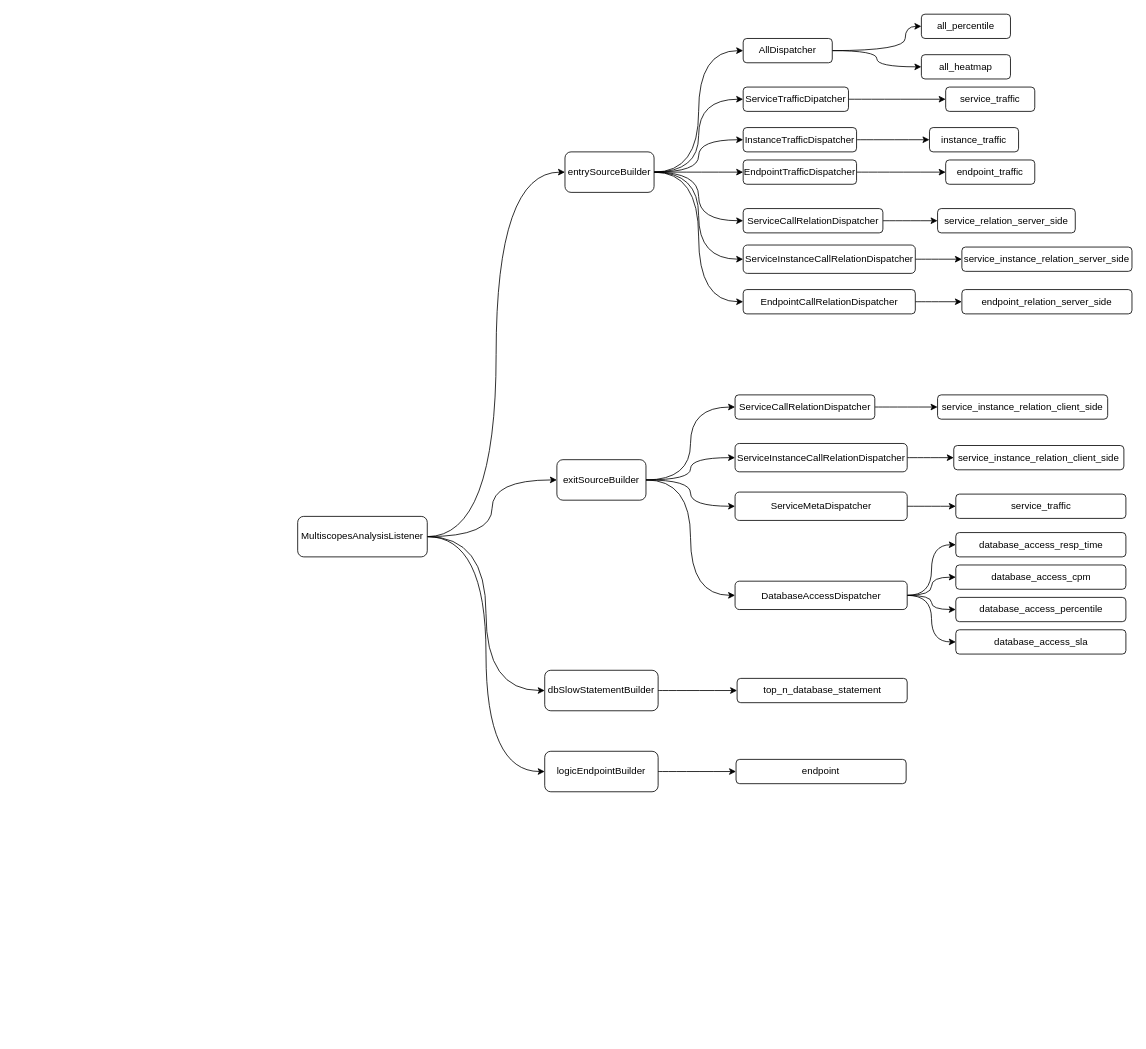
Earlier version of the draw.io diagram Untitled Diagram.drawio (zhufuyin/draw). Source tidied: cells renumbered, new cells numbered last; positions are measured from the earlier drawing's top-left corner, leaving out a move shared by most shapes. Both pictures are drawn from the tidied source at 81%, with x=0, y=0 at pixel (297, 14).
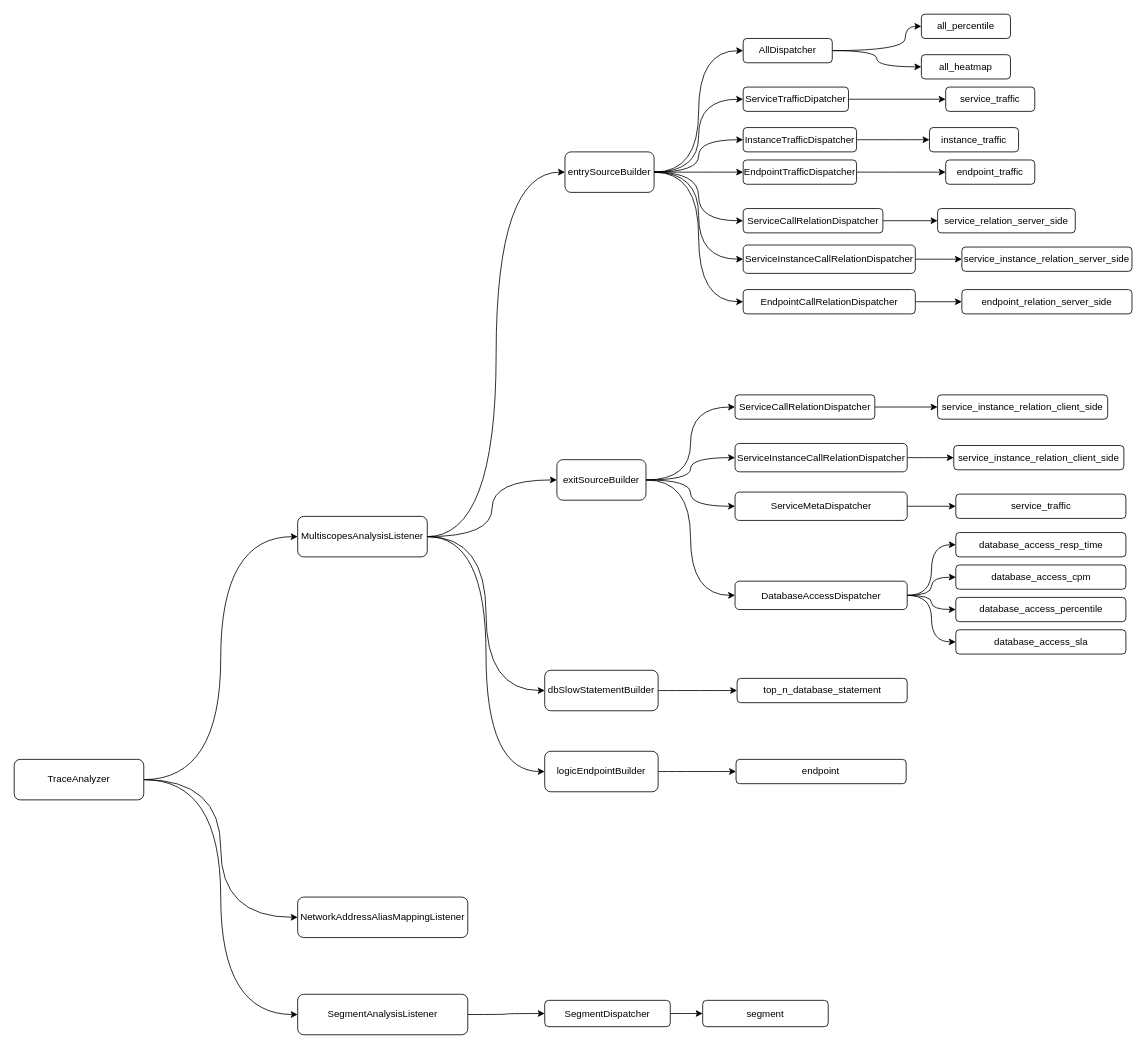
After the change.

Commit message:
trace analyzer

Unchanged cells that the change refers to:
```xml
<mxCell id="66" value="MultiscopesAnalysisListener" style="rounded=1;whiteSpace=wrap;html=1;" parent="1" vertex="1">
  <mxGeometry y="620" width="160" height="50" as="geometry" />
</mxCell>
```

The edit, as a diff of the source:
```diff
@@
+    <mxCell id="67" value="NetworkAddressAliasMappingListener" style="rounded=1;whiteSpace=wrap;html=1;" parent="1" vertex="1">
+      <mxGeometry y="1090" width="210" height="50" as="geometry" />
+    </mxCell>
+    <mxCell id="68" style="edgeStyle=orthogonalEdgeStyle;curved=1;jettySize=auto;html=1;exitX=1;exitY=0.5;exitDx=0;exitDy=0;entryX=0;entryY=0.5;entryDx=0;entryDy=0;" parent="1" edge="1" source="69" target="71">
+      <mxGeometry relative="1" as="geometry" />
+    </mxCell>
+    <mxCell id="69" value="SegmentAnalysisListener" style="rounded=1;whiteSpace=wrap;html=1;" parent="1" vertex="1">
+      <mxGeometry y="1210" width="210" height="50" as="geometry" />
+    </mxCell>
+    <mxCell id="70" style="edgeStyle=orthogonalEdgeStyle;curved=1;jettySize=auto;html=1;exitX=1;exitY=0.5;exitDx=0;exitDy=0;entryX=0;entryY=0.5;entryDx=0;entryDy=0;" parent="1" edge="1" source="71" target="72">
+      <mxGeometry relative="1" as="geometry" />
+    </mxCell>
+    <mxCell id="71" value="SegmentDispatcher" style="rounded=1;whiteSpace=wrap;html=1;" parent="1" vertex="1">
+      <mxGeometry x="305" y="1217.5" width="155" height="32.5" as="geometry" />
+    </mxCell>
+    <mxCell id="72" value="segment" style="rounded=1;whiteSpace=wrap;html=1;" parent="1" vertex="1">
+      <mxGeometry x="500" y="1217.5" width="155" height="32.5" as="geometry" />
+    </mxCell>
+    <mxCell id="73" style="edgeStyle=orthogonalEdgeStyle;curved=1;jettySize=auto;html=1;exitX=1;exitY=0.5;exitDx=0;exitDy=0;entryX=0;entryY=0.5;entryDx=0;entryDy=0;" parent="1" edge="1" source="76" target="66">
+      <mxGeometry relative="1" as="geometry" />
+    </mxCell>
+    <mxCell id="74" style="edgeStyle=orthogonalEdgeStyle;curved=1;jettySize=auto;html=1;exitX=1;exitY=0.5;exitDx=0;exitDy=0;entryX=0;entryY=0.5;entryDx=0;entryDy=0;" parent="1" edge="1" source="76" target="67">
+      <mxGeometry relative="1" as="geometry" />
+    </mxCell>
+    <mxCell id="75" style="edgeStyle=orthogonalEdgeStyle;curved=1;jettySize=auto;html=1;exitX=1;exitY=0.5;exitDx=0;exitDy=0;entryX=0;entryY=0.5;entryDx=0;entryDy=0;" parent="1" edge="1" source="76" target="69">
+      <mxGeometry relative="1" as="geometry" />
+    </mxCell>
+    <mxCell id="76" value="TraceAnalyzer" style="rounded=1;whiteSpace=wrap;html=1;" parent="1" vertex="1">
+      <mxGeometry x="-350" y="920" width="160" height="50" as="geometry" />
+    </mxCell>
```
